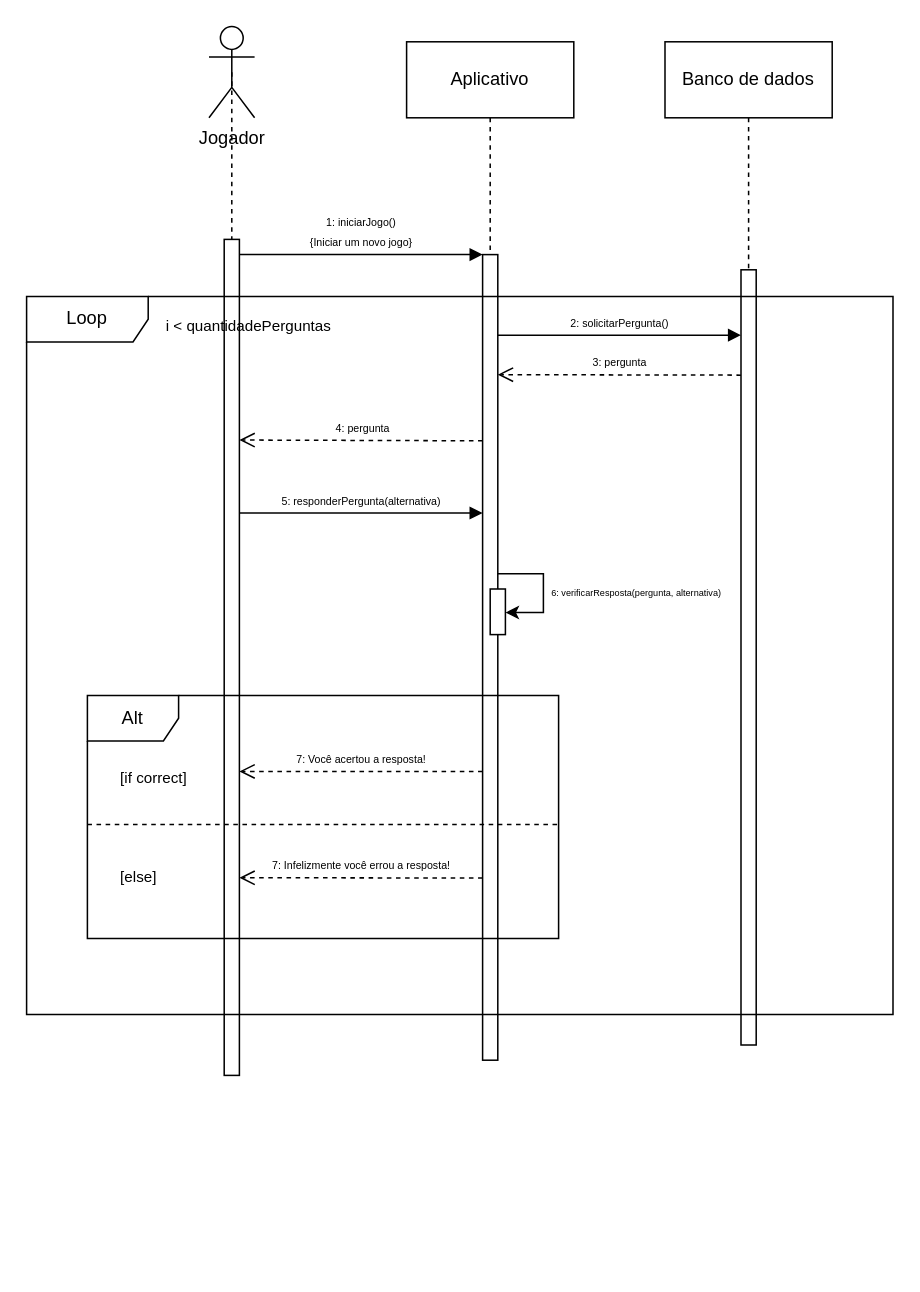
wendel-nogueira/quizzle-docs keeps this draw.io diagram as page "calcularAcerto" (1 of 6) of docs/quizzle.drawio. Above is the earlier version. Source tidied: cells renumbered, new cells numbered last; positions are measured from the earlier drawing's top-left corner, leaving out a move shared by most shapes. Both pictures are drawn from the tidied source at 152%, with x=0, y=0 at pixel (26, 26).
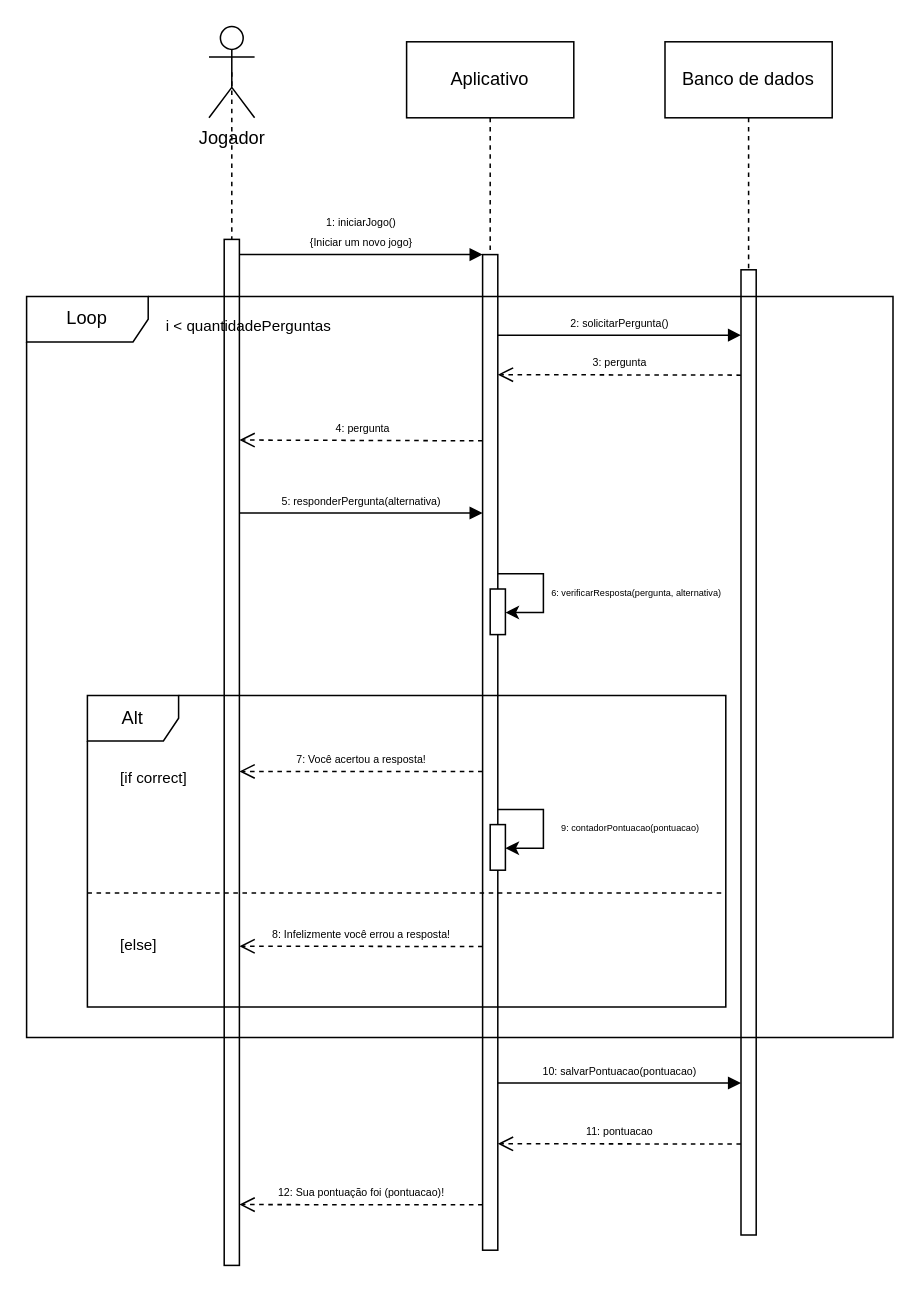
The same diagram, later.

The edit, as a diff of the source:
```diff
@@
     <mxCell id="10" style="html=1;perimeter=orthogonalPerimeter;targetShapes=umlLifeline;newEdgeStyle={&quot;edgeStyle&quot;:&quot;elbowEdgeStyle&quot;,&quot;elbow&quot;:&quot;vertical&quot;,&quot;curved&quot;:0,&quot;rounded&quot;:0};" parent="1" vertex="1">
-      <mxGeometry x="300" y="150" width="10" height="530" as="geometry" />
+      <mxGeometry x="300" y="150" width="10" height="655" as="geometry" />
     </mxCell>
     <mxCell id="11" style="html=1;points=[];perimeter=orthogonalPerimeter;outlineConnect=0;targetShapes=umlLifeline;portConstraint=eastwest;newEdgeStyle={&quot;edgeStyle&quot;:&quot;elbowEdgeStyle&quot;,&quot;elbow&quot;:&quot;vertical&quot;,&quot;curved&quot;:0,&quot;rounded&quot;:0};" parent="1" vertex="1">
-      <mxGeometry x="470" y="160" width="10" height="510" as="geometry" />
+      <mxGeometry x="470" y="160" width="10" height="635" as="geometry" />
     </mxCell>
@@
-    <mxCell id="16" value="&lt;font style=&quot;font-size: 7px;&quot;&gt;7: Infelizmente você errou a resposta!&lt;/font&gt;" style="html=1;verticalAlign=bottom;endArrow=open;dashed=1;endSize=8;edgeStyle=elbowEdgeStyle;elbow=vertical;curved=0;rounded=0;" parent="1" edge="1">
-      <mxGeometry relative="1" as="geometry">
-        <mxPoint x="300" y="560.1" as="sourcePoint" />
-        <mxPoint x="140" y="560" as="targetPoint" />
-      </mxGeometry>
-    </mxCell>
@@
     <mxCell id="18" style="html=1;perimeter=orthogonalPerimeter;targetShapes=umlLifeline;newEdgeStyle={&quot;edgeStyle&quot;:&quot;elbowEdgeStyle&quot;,&quot;elbow&quot;:&quot;vertical&quot;,&quot;curved&quot;:0,&quot;rounded&quot;:0};" parent="1" vertex="1">
-      <mxGeometry x="130" y="140" width="10" height="550" as="geometry" />
+      <mxGeometry x="130" y="140" width="10" height="675" as="geometry" />
     </mxCell>
     <mxCell id="19" value="Loop" style="shape=umlFrame;whiteSpace=wrap;html=1;width=80;" parent="1" vertex="1">
-      <mxGeometry y="177.5" width="570" height="472.5" as="geometry" />
+      <mxGeometry y="177.5" width="570" height="487.5" as="geometry" />
     </mxCell>
@@
     <mxCell id="23" value="Alt" style="shape=umlFrame;whiteSpace=wrap;html=1;width=60;height=30;" parent="1" vertex="1">
-      <mxGeometry x="40" y="440" width="310" height="160" as="geometry" />
+      <mxGeometry x="40" y="440" width="420" height="205" as="geometry" />
     </mxCell>
@@
     <mxCell id="25" value="&lt;font style=&quot;font-size: 10px;&quot;&gt;[else]&lt;/font&gt;" style="line;strokeWidth=1;dashed=1;labelPosition=center;verticalLabelPosition=bottom;align=left;verticalAlign=top;spacingLeft=20;spacingTop=15;html=1;whiteSpace=wrap;" parent="23" vertex="1">
-      <mxGeometry y="80" width="310" height="10" as="geometry" />
+      <mxGeometry y="125" width="420" height="10" as="geometry" />
     </mxCell>
+    <mxCell id="16" value="&lt;font style=&quot;font-size: 7px;&quot;&gt;8: Infelizmente você errou a resposta!&lt;/font&gt;" style="html=1;verticalAlign=bottom;endArrow=open;dashed=1;endSize=8;edgeStyle=elbowEdgeStyle;elbow=vertical;curved=0;rounded=0;" parent="23" edge="1">
+      <mxGeometry relative="1" as="geometry">
+        <mxPoint x="260" y="165.2" as="sourcePoint" />
+        <mxPoint x="100" y="165.1" as="targetPoint" />
+      </mxGeometry>
+    </mxCell>
+    <mxCell id="26" style="html=1;points=[];perimeter=orthogonalPerimeter;outlineConnect=0;targetShapes=umlLifeline;portConstraint=eastwest;newEdgeStyle={&quot;edgeStyle&quot;:&quot;elbowEdgeStyle&quot;,&quot;elbow&quot;:&quot;vertical&quot;,&quot;curved&quot;:0,&quot;rounded&quot;:0};" parent="1" vertex="1">
+      <mxGeometry x="305" y="525" width="10" height="30" as="geometry" />
+    </mxCell>
+    <mxCell id="27" style="endArrow=classic;html=1;rounded=0;edgeStyle=orthogonalEdgeStyle;" parent="1" edge="1" target="26">
+      <mxGeometry relative="1" as="geometry">
+        <mxPoint x="310" y="515" as="sourcePoint" />
+        <Array as="points">
+          <mxPoint x="340" y="515.5" />
+          <mxPoint x="340" y="540.5" />
+        </Array>
+      </mxGeometry>
+    </mxCell>
+    <mxCell id="28" value="&lt;font style=&quot;font-size: 6px;&quot;&gt;9: contadorPontuacao(pontuacao)&lt;/font&gt;" style="edgeLabel;html=1;align=center;verticalAlign=middle;" parent="27" vertex="1">
+      <mxGeometry x="-0.08" y="1" relative="1" as="geometry">
+        <mxPoint x="55" y="3" as="offset" />
+      </mxGeometry>
+    </mxCell>
+    <mxCell id="29" value="&lt;span style=&quot;font-size: 7px;&quot;&gt;10: salvarPontuacao(pontuacao)&lt;/span&gt;" style="html=1;verticalAlign=bottom;endArrow=block;edgeStyle=elbowEdgeStyle;elbow=vertical;curved=0;rounded=0;" parent="1" edge="1">
+      <mxGeometry relative="1" as="geometry">
+        <mxPoint x="310" y="695" as="sourcePoint" />
+        <mxPoint x="470" y="695" as="targetPoint" />
+      </mxGeometry>
+    </mxCell>
+    <mxCell id="30" value="&lt;font style=&quot;font-size: 7px;&quot;&gt;11: pontuacao&lt;/font&gt;" style="html=1;verticalAlign=bottom;endArrow=open;dashed=1;endSize=8;edgeStyle=elbowEdgeStyle;elbow=vertical;curved=0;rounded=0;" parent="1" edge="1">
+      <mxGeometry relative="1" as="geometry">
+        <mxPoint x="470" y="735.1" as="sourcePoint" />
+        <mxPoint x="310" y="735" as="targetPoint" />
+      </mxGeometry>
+    </mxCell>
+    <mxCell id="31" value="&lt;font style=&quot;font-size: 7px;&quot;&gt;12: Sua pontuação foi (pontuacao)!&lt;/font&gt;" style="html=1;verticalAlign=bottom;endArrow=open;dashed=1;endSize=8;edgeStyle=elbowEdgeStyle;elbow=vertical;curved=0;rounded=0;" parent="1" edge="1">
+      <mxGeometry relative="1" as="geometry">
+        <mxPoint x="300" y="775.1" as="sourcePoint" />
+        <mxPoint x="140" y="775" as="targetPoint" />
+      </mxGeometry>
+    </mxCell>
```
